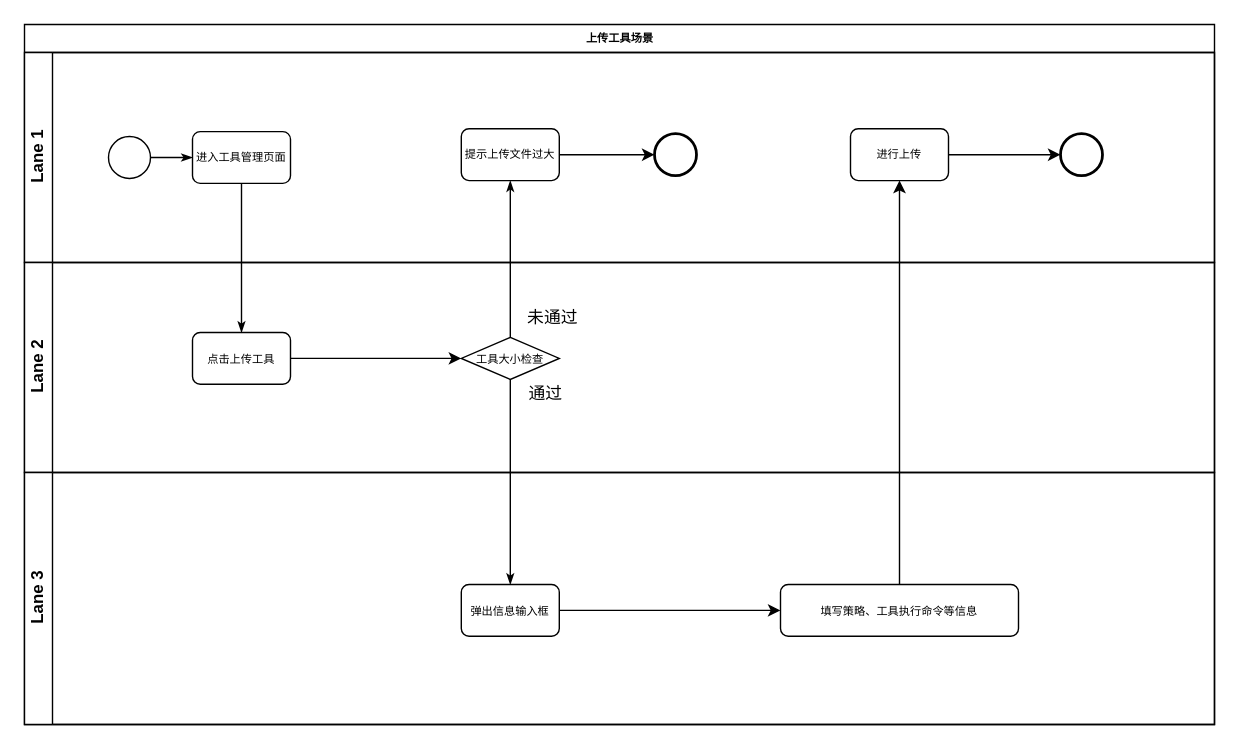
Before: page "上传工具场景" (2 of 3) of test.drawio in 1005281342/svg, a draw.io diagram. Source tidied: cells renumbered, new cells numbered last; positions are measured from the earlier drawing's top-left corner, leaving out a move shared by most shapes. Both pictures are drawn from the tidied source at 140%, with x=0, y=0 at pixel (24, 24).
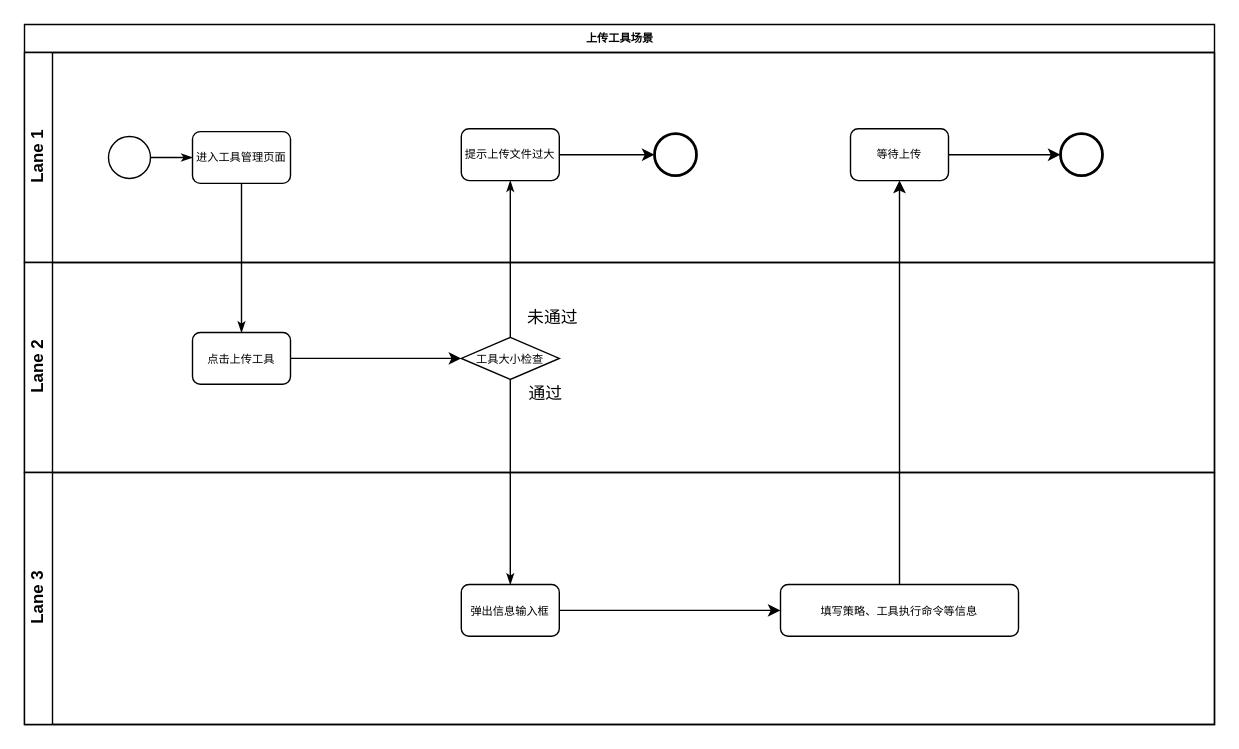
The same page after the edit.

Commit message:
添加上传工具场景、删除工具场景

Unchanged cells that the change refers to:
```xml
<mxCell id="3" value="Lane 1" style="swimlane;html=1;startSize=20;horizontal=0;" parent="2" vertex="1">
  <mxGeometry y="20" width="850" height="150" as="geometry" />
</mxCell>
```

Change to the diagram source:
```diff
@@
-    <mxCell id="11" value="进行上传" style="rounded=1;whiteSpace=wrap;html=1;shadow=0;labelBackgroundColor=none;strokeWidth=1;fontFamily=Verdana;fontSize=8;align=center;" parent="3" vertex="1">
+    <mxCell id="11" value="等待上传" style="rounded=1;whiteSpace=wrap;html=1;shadow=0;labelBackgroundColor=none;strokeWidth=1;fontFamily=Verdana;fontSize=8;align=center;" parent="3" vertex="1">
       <mxGeometry x="590" y="54.5" width="70" height="37" as="geometry" />
     </mxCell>
```
